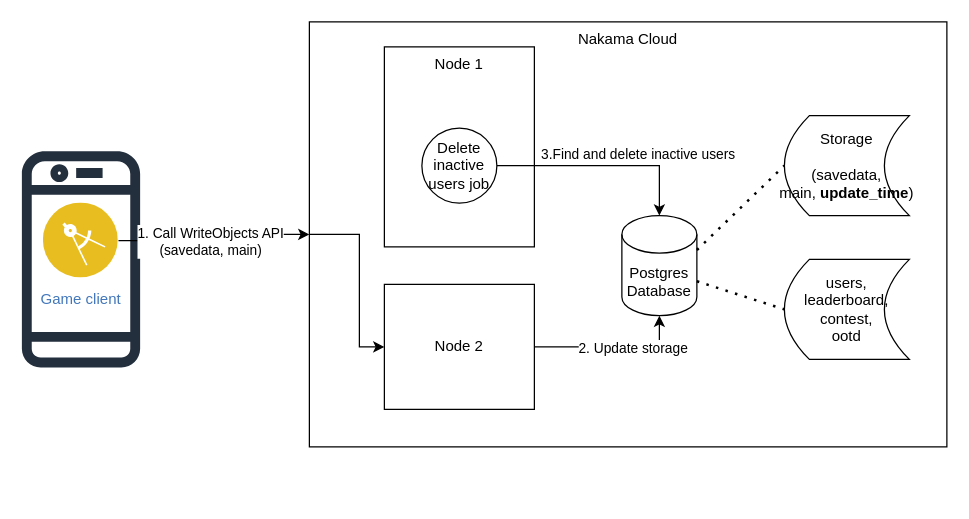
This is Delete long term inactive users.drawio from yaohuiwu/SimpleFS, a draw.io file, before an edit. Source tidied: cells renumbered, new cells numbered last; positions are measured from the earlier drawing's top-left corner, leaving out a move shared by most shapes. Both pictures are drawn from the tidied source at 125%, with x=0, y=0 at pixel (21, 21).
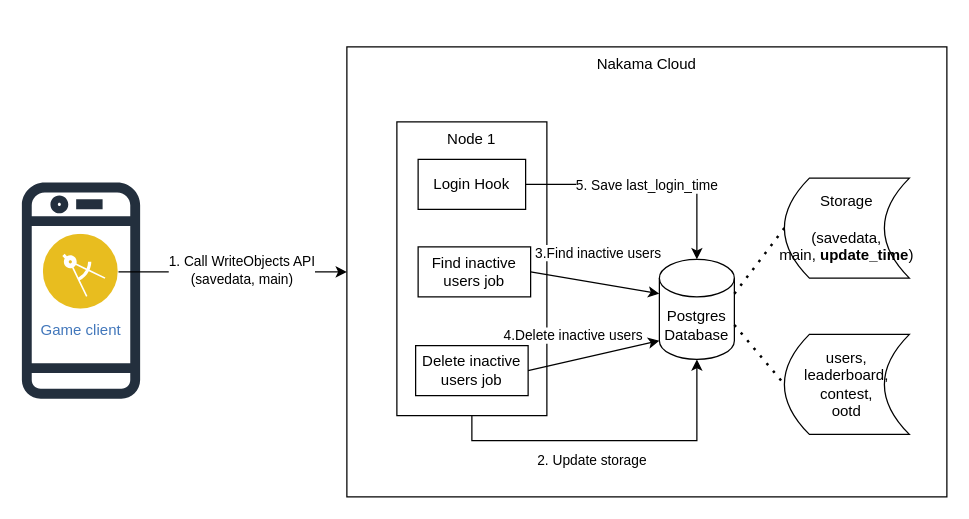
The same diagram, later.

The change refers to these unchanged cells:
```xml
<mxCell id="4" style="edgeStyle=orthogonalEdgeStyle;rounded=0;jettySize=auto;html=1;exitX=1;exitY=0.5;exitDx=0;exitDy=0;entryX=0;entryY=0.5;entryDx=0;entryDy=0;" parent="1" edge="1" source="6" target="3">
  <mxGeometry relative="1" as="geometry" />
</mxCell>
```

What changed in the source:
```diff
@@
     <mxCell id="2" style="sketch=0;fontColor=#232F3E;gradientColor=none;fillColor=#232F3D;strokeColor=none;dashed=0;verticalLabelPosition=bottom;verticalAlign=top;align=center;html=1;fontSize=12;fontStyle=0;shape=mxgraph.aws4.mobile_client;" parent="1" vertex="1">
-      <mxGeometry y="100" width="94.6" height="180" as="geometry" />
+      <mxGeometry y="125" width="94.6" height="180" as="geometry" />
     </mxCell>
     <mxCell id="3" value="Nakama Cloud" style="rounded=0;whiteSpace=wrap;html=1;verticalAlign=top;" parent="1" vertex="1">
-      <mxGeometry x="230" width="510" height="340" as="geometry" />
+      <mxGeometry x="260" y="20" width="480" height="360" as="geometry" />
     </mxCell>
@@
     <mxCell id="5" value="1. Call WriteObjects API&lt;br&gt;(savedata, main)" style="edgeLabel;html=1;align=center;verticalAlign=middle;" parent="4" vertex="1">
-      <mxGeometry x="-0.03" y="3" relative="1" as="geometry" />
+      <mxGeometry x="-0.03" y="3" relative="1" as="geometry">
+        <mxPoint x="9" y="1" as="offset" />
+      </mxGeometry>
     </mxCell>
     <mxCell id="6" value="Game client" style="image;perimeter=ellipsePerimeter;html=1;align=center;shadow=0;dashed=0;fontColor=#4277BB;labelBackgroundColor=default;fontSize=12;spacingTop=3;image=img/lib/ibm/applications/mobile_app.svg;" parent="1" vertex="1">
-      <mxGeometry x="17.3" y="145" width="60" height="60" as="geometry" />
+      <mxGeometry x="17.3" y="170" width="60" height="60" as="geometry" />
     </mxCell>
     <mxCell id="7" value="Postgres Database" style="shape=cylinder3;whiteSpace=wrap;html=1;boundedLbl=1;backgroundOutline=1;size=15;" parent="1" vertex="1">
-      <mxGeometry x="480" y="155" width="60" height="80" as="geometry" />
+      <mxGeometry x="510" y="190" width="60" height="80" as="geometry" />
     </mxCell>
@@
     <mxCell id="9" value="Node 1" style="rounded=0;whiteSpace=wrap;html=1;verticalAlign=top;" parent="1" vertex="1">
-      <mxGeometry x="290" y="20" width="120" height="160" as="geometry" />
+      <mxGeometry x="300" y="80" width="120" height="235" as="geometry" />
     </mxCell>
-    <mxCell id="10" style="edgeStyle=orthogonalEdgeStyle;rounded=0;jettySize=auto;html=1;entryX=0.5;entryY=1;entryDx=0;entryDy=0;entryPerimeter=0;" parent="1" edge="1" source="12" target="7">
+    <mxCell id="10" style="edgeStyle=orthogonalEdgeStyle;rounded=0;jettySize=auto;html=1;entryX=0.5;entryY=1;entryDx=0;entryDy=0;entryPerimeter=0;exitX=0.5;exitY=1;exitDx=0;exitDy=0;" parent="1" edge="1" source="9" target="7">
       <mxGeometry relative="1" as="geometry" />
     </mxCell>
     <mxCell id="11" value="2. Update storage" style="edgeLabel;html=1;align=center;verticalAlign=middle;" parent="10" vertex="1">
       <mxGeometry y="3" relative="1" as="geometry">
-        <mxPoint x="15" y="3" as="offset" />
+        <mxPoint x="-18" y="18" as="offset" />
       </mxGeometry>
     </mxCell>
-    <mxCell id="12" value="Node 2" style="rounded=0;whiteSpace=wrap;html=1;" parent="1" vertex="1">
-      <mxGeometry x="290" y="210" width="120" height="100" as="geometry" />
-    </mxCell>
-    <mxCell id="13" style="edgeStyle=orthogonalEdgeStyle;rounded=0;jettySize=auto;html=1;exitX=0;exitY=0.5;exitDx=0;exitDy=0;entryX=0;entryY=0.5;entryDx=0;entryDy=0;" parent="1" edge="1" source="3" target="12">
-      <mxGeometry relative="1" as="geometry">
-        <Array as="points">
-          <mxPoint x="270" y="170" />
-          <mxPoint x="270" y="260" />
-        </Array>
-      </mxGeometry>
-    </mxCell>
-    <mxCell id="14" value="Delete inactive users job" style="ellipse;whiteSpace=wrap;html=1;" parent="1" vertex="1">
-      <mxGeometry x="320" y="85" width="60" height="60" as="geometry" />
-    </mxCell>
-    <mxCell id="15" style="edgeStyle=orthogonalEdgeStyle;rounded=0;jettySize=auto;html=1;exitX=1;exitY=0.5;exitDx=0;exitDy=0;entryX=0.5;entryY=0;entryDx=0;entryDy=0;entryPerimeter=0;" parent="1" edge="1" source="14" target="7">
-      <mxGeometry relative="1" as="geometry">
-        <Array as="points">
-          <mxPoint x="510" y="115" />
-        </Array>
-      </mxGeometry>
-    </mxCell>
-    <mxCell id="16" value="3.Find and delete inactive users" style="edgeLabel;html=1;align=center;verticalAlign=middle;" parent="15" vertex="1">
-      <mxGeometry x="0.06" y="-4" relative="1" as="geometry">
-        <mxPoint x="22" y="-14" as="offset" />
-      </mxGeometry>
-    </mxCell>
     <mxCell id="17" value="Storage&lt;br style=&quot;border-color: var(--border-color);&quot;&gt;&lt;br style=&quot;border-color: var(--border-color);&quot;&gt;(savedata, main,&amp;nbsp;&lt;b style=&quot;border-color: var(--border-color);&quot;&gt;update_time&lt;/b&gt;)" style="shape=dataStorage;whiteSpace=wrap;html=1;fixedSize=1;" parent="1" vertex="1">
-      <mxGeometry x="610" y="75" width="100" height="80" as="geometry" />
+      <mxGeometry x="610" y="125" width="100" height="80" as="geometry" />
     </mxCell>
     <mxCell id="18" value="users, leaderboard,&lt;br&gt;contest,&lt;br&gt;ootd&lt;br&gt;" style="shape=dataStorage;whiteSpace=wrap;html=1;fixedSize=1;" parent="1" vertex="1">
-      <mxGeometry x="610" y="190" width="100" height="80" as="geometry" />
+      <mxGeometry x="610" y="250" width="100" height="80" as="geometry" />
     </mxCell>
@@
+    <mxCell id="14" value="Delete inactive users job" style="rounded=0;whiteSpace=wrap;html=1;" parent="1" vertex="1">
+      <mxGeometry x="315" y="259" width="90" height="40" as="geometry" />
+    </mxCell>
+    <mxCell id="20" value="Find inactive users job" style="rounded=0;whiteSpace=wrap;html=1;" parent="1" vertex="1">
+      <mxGeometry x="317" y="180" width="90" height="40" as="geometry" />
+    </mxCell>
+    <mxCell id="15" style="rounded=0;jettySize=auto;html=1;entryX=0;entryY=0;entryDx=0;entryDy=27.5;entryPerimeter=0;exitX=1;exitY=0.5;exitDx=0;exitDy=0;" parent="1" edge="1" source="20" target="7">
+      <mxGeometry relative="1" as="geometry" />
+    </mxCell>
+    <mxCell id="16" value="3.Find inactive users" style="edgeLabel;html=1;align=center;verticalAlign=middle;" parent="15" vertex="1">
+      <mxGeometry x="0.06" y="-4" relative="1" as="geometry">
+        <mxPoint y="-29" as="offset" />
+      </mxGeometry>
+    </mxCell>
+    <mxCell id="21" style="rounded=0;jettySize=auto;html=1;entryX=0;entryY=1;entryDx=0;entryDy=-15;entryPerimeter=0;exitX=1;exitY=0.5;exitDx=0;exitDy=0;" parent="1" edge="1" source="14" target="7">
+      <mxGeometry relative="1" as="geometry" />
+    </mxCell>
+    <mxCell id="22" value="4.Delete inactive users" style="edgeLabel;html=1;align=center;verticalAlign=middle;" parent="21" vertex="1">
+      <mxGeometry x="0.06" y="-4" relative="1" as="geometry">
+        <mxPoint x="-21" y="-20" as="offset" />
+      </mxGeometry>
+    </mxCell>
+    <mxCell id="23" value="Login Hook" style="rounded=0;whiteSpace=wrap;html=1;" parent="1" vertex="1">
+      <mxGeometry x="317" y="110" width="86" height="40" as="geometry" />
+    </mxCell>
+    <mxCell id="24" style="edgeStyle=orthogonalEdgeStyle;rounded=0;jettySize=auto;html=1;exitX=1;exitY=0.5;exitDx=0;exitDy=0;entryX=0.5;entryY=0;entryDx=0;entryDy=0;entryPerimeter=0;" parent="1" edge="1" source="23" target="7">
+      <mxGeometry relative="1" as="geometry" />
+    </mxCell>
+    <mxCell id="25" value="5. Save last_login_time" style="edgeLabel;html=1;align=center;verticalAlign=middle;" parent="24" vertex="1">
+      <mxGeometry x="-0.03" relative="1" as="geometry" />
+    </mxCell>
```
